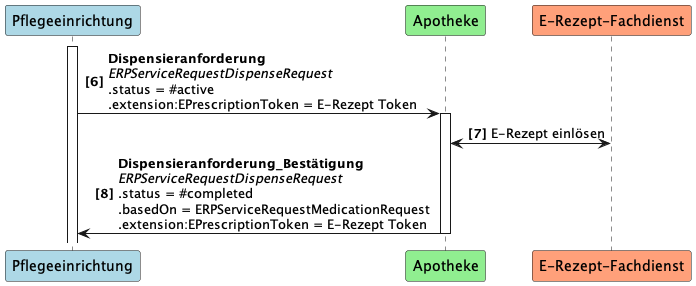
Earlier version of the PlantUML export guides/ig-rezeptanforderung/images/puml_images/UC1_2.png (gematik/spec-E-Rezept-ServiceRequest).
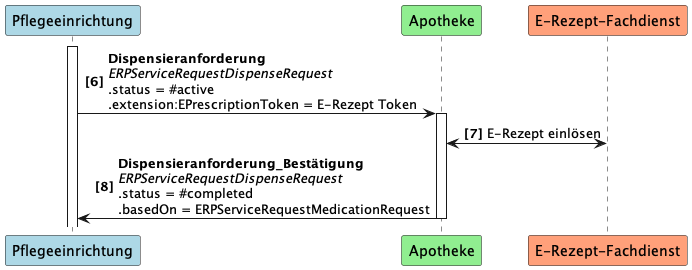
The same file after the commit.

The edit, as a diff of the source:
```diff
@@ -7,5 +7,5 @@
 activate PE
 PE -> A++: <b>Dispensieranforderung \n<i>ERPServiceRequestDispenseRequest \n.status = #active \n.extension:EPrescriptionToken = E-Rezept Token
 A <-> FD: E-Rezept einlösen
-A -> PE--: <b>Dispensieranforderung_Bestätigung \n<i>ERPServiceRequestDispenseRequest \n.status = #completed \n.basedOn = ERPServiceRequestMedicationRequest \n.extension:EPrescriptionToken = E-Rezept Token
+A -> PE--: <b>Dispensieranforderung_Bestätigung \n<i>ERPServiceRequestDispenseRequest \n.status = #completed \n.basedOn = ERPServiceRequestMedicationRequest
 @enduml
```
